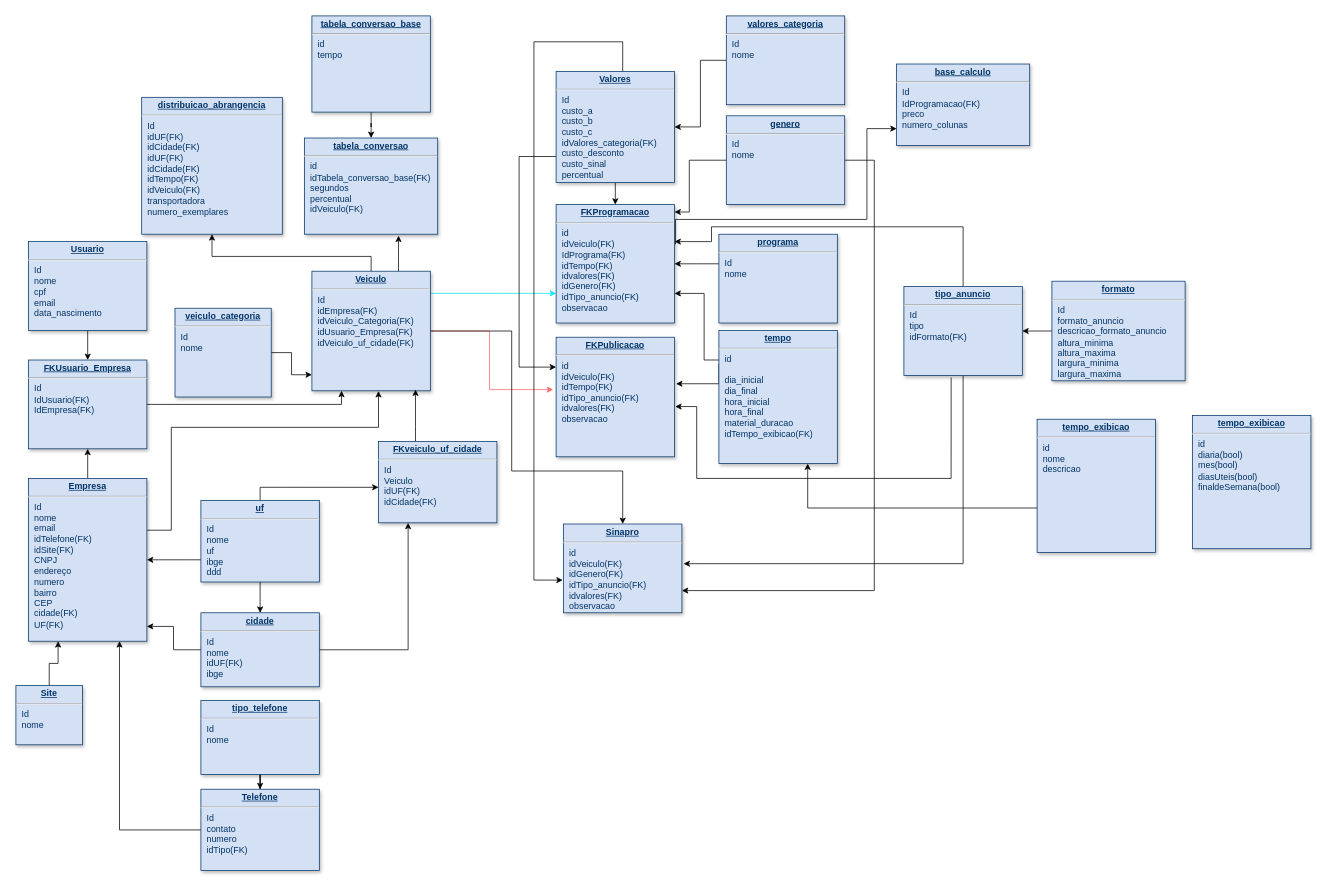
This is Diagrama atualizado.drawio from diogo-guimaraes/teste_git, a draw.io file, before an edit. Source tidied: cells renumbered, new cells numbered last; positions are measured from the earlier drawing's top-left corner, leaving out a move shared by most shapes. Both pictures are drawn from the tidied source at 74%, with x=0, y=0 at pixel (16, 16).
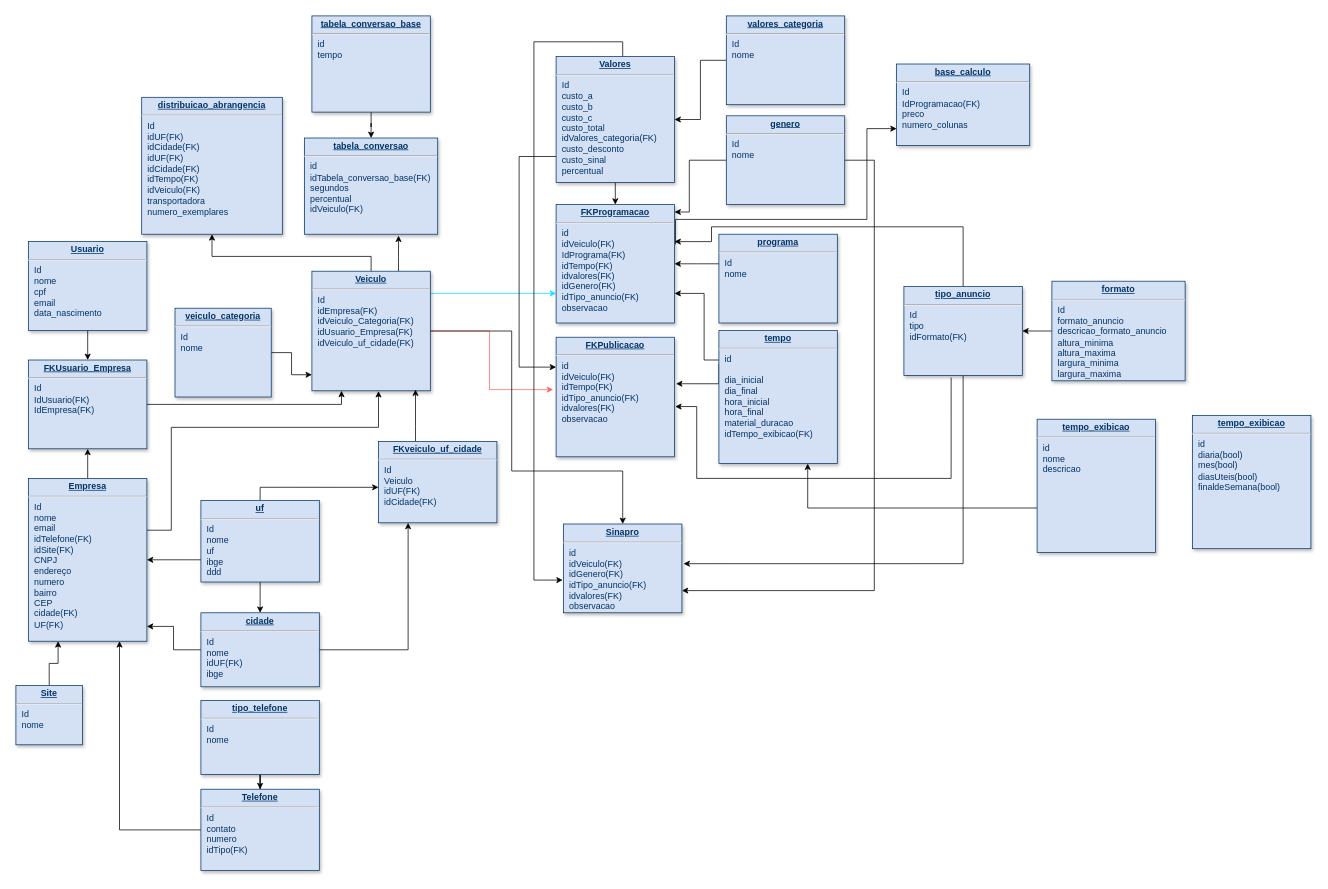
The same page after the edit.

Change to the diagram source:
```diff
@@
-    <mxCell id="52" value="&lt;p style=&quot;margin: 0px ; margin-top: 4px ; text-align: center ; text-decoration: underline&quot;&gt;&lt;b&gt;Valores&lt;/b&gt;&lt;/p&gt;&lt;hr&gt;&lt;p style=&quot;margin: 0px ; margin-left: 8px&quot;&gt;Id&lt;/p&gt;&lt;p style=&quot;margin: 0px ; margin-left: 8px&quot;&gt;&lt;span&gt;custo_a&lt;/span&gt;&lt;br&gt;&lt;/p&gt;&lt;p style=&quot;margin: 0px ; margin-left: 8px&quot;&gt;custo_b&lt;span&gt;&lt;br&gt;&lt;/span&gt;&lt;/p&gt;&lt;p style=&quot;margin: 0px ; margin-left: 8px&quot;&gt;custo_c&lt;br&gt;&lt;/p&gt;&lt;p style=&quot;margin: 0px ; margin-left: 8px&quot;&gt;&lt;span&gt;idValores_categoria(FK)&lt;/span&gt;&lt;/p&gt;&lt;p style=&quot;margin: 0px ; margin-left: 8px&quot;&gt;&lt;span style=&quot;text-align: center&quot;&gt;custo_desconto&lt;/span&gt;&lt;/p&gt;&lt;p style=&quot;margin: 0px ; margin-left: 8px&quot;&gt;custo_sinal&lt;/p&gt;&lt;p style=&quot;margin: 0px ; margin-left: 8px&quot;&gt;&lt;span style=&quot;text-align: center&quot;&gt;percentual&lt;/span&gt;&lt;br&gt;&lt;/p&gt;&lt;p style=&quot;margin: 0px ; margin-left: 8px&quot;&gt;&lt;br&gt;&lt;/p&gt;" style="verticalAlign=top;align=left;overflow=fill;fontSize=12;fontFamily=Helvetica;html=1;strokeColor=#003366;shadow=1;fillColor=#D4E1F5;fontColor=#003366;" parent="1" vertex="1">
-      <mxGeometry x="730" y="75" width="160" height="150" as="geometry" />
+    <mxCell id="52" value="&lt;p style=&quot;margin: 0px ; margin-top: 4px ; text-align: center ; text-decoration: underline&quot;&gt;&lt;b&gt;Valores&lt;/b&gt;&lt;/p&gt;&lt;hr&gt;&lt;p style=&quot;margin: 0px ; margin-left: 8px&quot;&gt;Id&lt;/p&gt;&lt;p style=&quot;margin: 0px ; margin-left: 8px&quot;&gt;&lt;span&gt;custo_a&lt;/span&gt;&lt;br&gt;&lt;/p&gt;&lt;p style=&quot;margin: 0px ; margin-left: 8px&quot;&gt;custo_b&lt;span&gt;&lt;br&gt;&lt;/span&gt;&lt;/p&gt;&lt;p style=&quot;margin: 0px ; margin-left: 8px&quot;&gt;custo_c&lt;br&gt;&lt;/p&gt;&lt;p style=&quot;margin: 0px ; margin-left: 8px&quot;&gt;custo_total&lt;/p&gt;&lt;p style=&quot;margin: 0px ; margin-left: 8px&quot;&gt;&lt;span&gt;idValores_categoria(FK)&lt;/span&gt;&lt;/p&gt;&lt;p style=&quot;margin: 0px ; margin-left: 8px&quot;&gt;&lt;span style=&quot;text-align: center&quot;&gt;custo_desconto&lt;/span&gt;&lt;/p&gt;&lt;p style=&quot;margin: 0px ; margin-left: 8px&quot;&gt;custo_sinal&lt;/p&gt;&lt;p style=&quot;margin: 0px ; margin-left: 8px&quot;&gt;&lt;span style=&quot;text-align: center&quot;&gt;percentual&lt;/span&gt;&lt;br&gt;&lt;/p&gt;&lt;p style=&quot;margin: 0px ; margin-left: 8px&quot;&gt;&lt;br&gt;&lt;/p&gt;" style="verticalAlign=top;align=left;overflow=fill;fontSize=12;fontFamily=Helvetica;html=1;strokeColor=#003366;shadow=1;fillColor=#D4E1F5;fontColor=#003366;" parent="1" vertex="1">
+      <mxGeometry x="730" y="55" width="160" height="170" as="geometry" />
     </mxCell>
```
